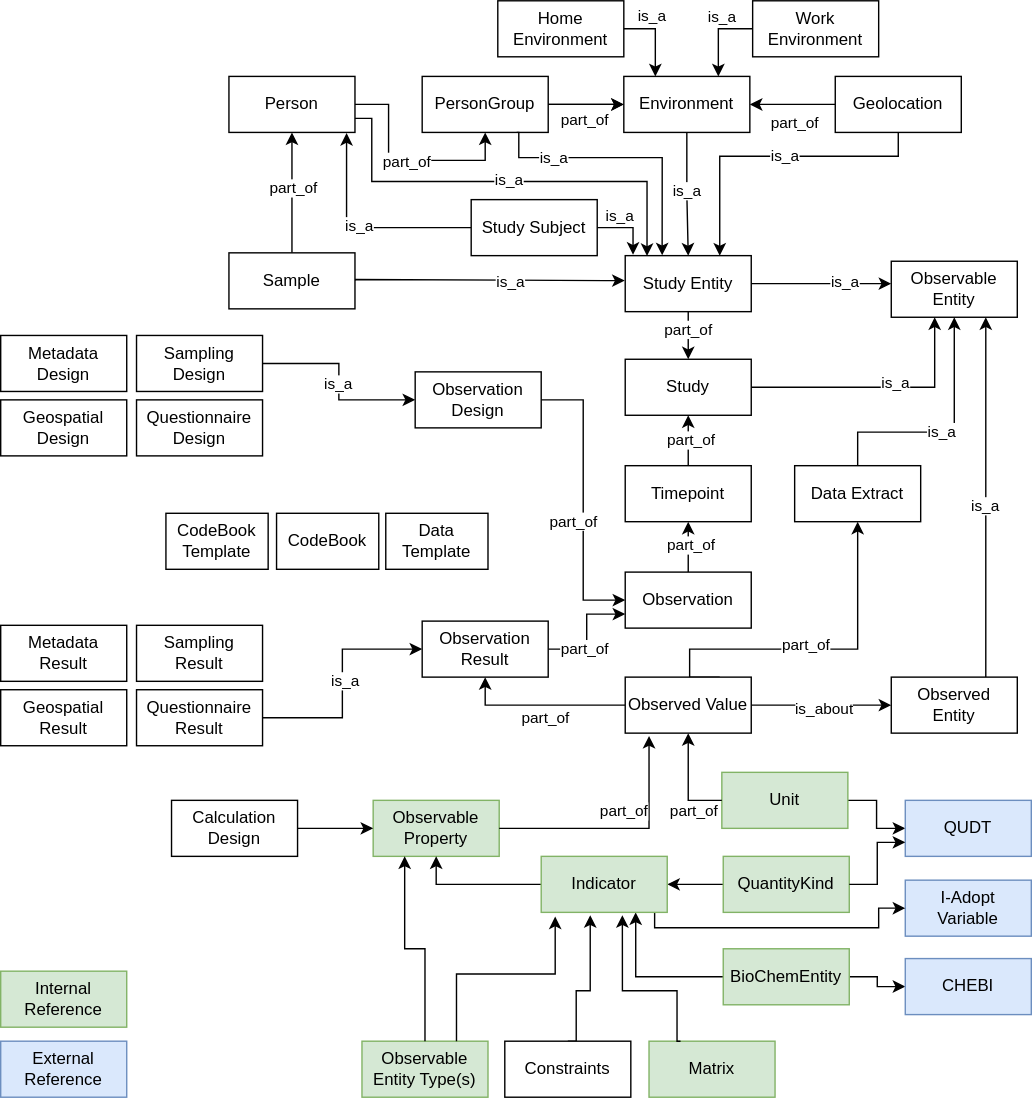
Earlier version of the draw.io export diagrams/PEH Entities Overview.svg (GertjanBisschop/parco-hbm). Source tidied: cells renumbered, new cells last; positions are measured from the earlier drawing's top-left corner, leaving out a move shared by most shapes.
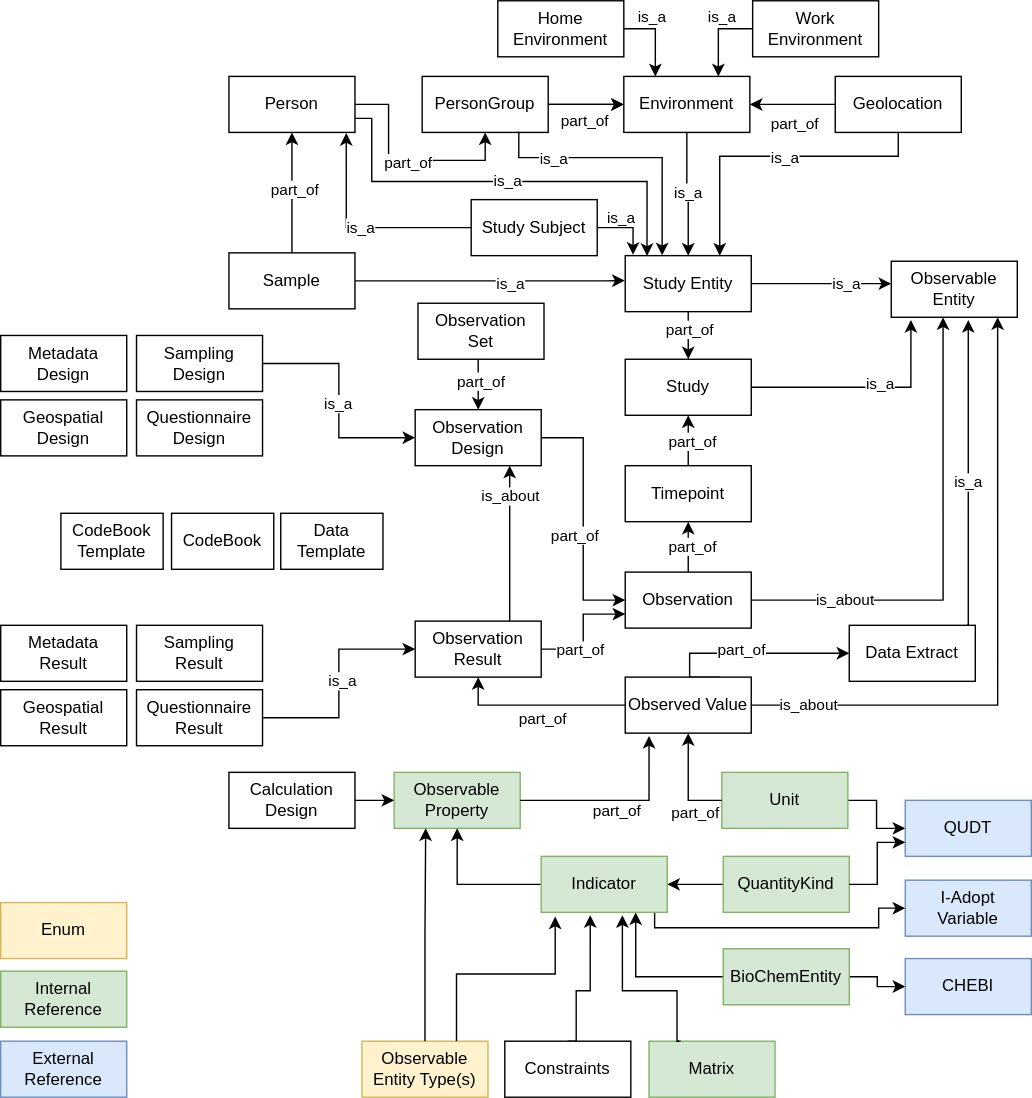
Above is the later version.

Commit message:
Observation design structure update

What changed in the source:
```diff
@@ -3,10 +3,10 @@
     <mxCell id="0" />
     <mxCell id="1" parent="0" />
     <mxCell id="2" value="CodeBook Template" style="rounded=0;whiteSpace=wrap;html=1;" parent="1" vertex="1">
-      <mxGeometry x="118" y="366" width="73" height="40" as="geometry" />
+      <mxGeometry x="43" y="366" width="73" height="40" as="geometry" />
     </mxCell>
     <mxCell id="3" value="CodeBook" style="rounded=0;whiteSpace=wrap;html=1;" parent="1" vertex="1">
-      <mxGeometry x="197" y="366" width="73" height="40" as="geometry" />
+      <mxGeometry x="122" y="366" width="73" height="40" as="geometry" />
     </mxCell>
     <mxCell id="4" value="Study" style="rounded=0;whiteSpace=wrap;html=1;" parent="1" vertex="1">
       <mxGeometry x="446" y="256" width="90" height="40" as="geometry" />
@@ -92,12 +92,11 @@
     <mxCell id="28" value="part_of" style="edgeLabel;html=1;align=center;verticalAlign=middle;" parent="27" vertex="1">
       <mxGeometry x="-0.04" y="2" relative="1" as="geometry" />
     </mxCell>
-    <mxCell id="29" style="edgeStyle=orthogonalEdgeStyle;rounded=0;jettySize=auto;html=1;entryX=0.5;entryY=1;entryDx=0;entryDy=0;exitX=0.75;exitY=0;exitDx=0;exitDy=0;" parent="1" edge="1" source="67" target="74">
+    <mxCell id="29" style="edgeStyle=orthogonalEdgeStyle;rounded=0;jettySize=auto;html=1;entryX=0;entryY=0.5;entryDx=0;entryDy=0;exitX=0.75;exitY=0;exitDx=0;exitDy=0;" parent="1" edge="1" source="67" target="74">
       <mxGeometry relative="1" as="geometry">
         <Array as="points">
           <mxPoint x="492" y="483" />
-          <mxPoint x="492" y="463" />
-          <mxPoint x="612" y="463" />
+          <mxPoint x="492" y="466" />
         </Array>
       </mxGeometry>
     </mxCell>
@@ -114,35 +113,20 @@
       <mxGeometry x="97" y="239" width="90" height="40" as="geometry" />
     </mxCell>
     <mxCell id="34" value="Calculation Design" style="rounded=0;whiteSpace=wrap;html=1;" parent="1" vertex="1">
-      <mxGeometry x="122" y="571" width="90" height="40" as="geometry" />
+      <mxGeometry x="163" y="551" width="90" height="40" as="geometry" />
     </mxCell>
-    <mxCell id="35" style="edgeStyle=orthogonalEdgeStyle;rounded=0;jettySize=auto;html=1;exitX=0;exitY=0.5;exitDx=0;exitDy=0;entryX=1;entryY=0.5;entryDx=0;entryDy=0;startArrow=classic;startFill=1;endArrow=none;endFill=0;" parent="1" edge="1" source="39" target="67">
+    <mxCell id="35" style="edgeStyle=orthogonalEdgeStyle;rounded=0;jettySize=auto;html=1;exitX=0.844;exitY=1;exitDx=0;exitDy=0;entryX=1;entryY=0.5;entryDx=0;entryDy=0;startArrow=classic;startFill=1;endArrow=none;endFill=0;exitPerimeter=0;" parent="1" edge="1" source="58" target="67">
       <mxGeometry relative="1" as="geometry">
         <Array as="points">
-          <mxPoint x="575" y="503" />
-          <mxPoint x="575" y="503" />
+          <mxPoint x="712" y="503" />
         </Array>
       </mxGeometry>
     </mxCell>
     <mxCell id="36" value="is_about" style="edgeLabel;html=1;align=center;verticalAlign=middle;" parent="35" vertex="1">
       <mxGeometry x="-0.03" y="2" relative="1" as="geometry">
-        <mxPoint y="1" as="offset" />
+        <mxPoint x="-137" y="57" as="offset" />
       </mxGeometry>
     </mxCell>
-    <mxCell id="37" style="edgeStyle=orthogonalEdgeStyle;rounded=0;jettySize=auto;html=1;entryX=0.75;entryY=1;entryDx=0;entryDy=0;exitX=0.75;exitY=0;exitDx=0;exitDy=0;" parent="1" edge="1" source="39" target="58">
-      <mxGeometry relative="1" as="geometry">
-        <Array as="points">
-          <mxPoint x="704" y="475" />
-          <mxPoint x="704" y="475" />
-        </Array>
-      </mxGeometry>
-    </mxCell>
-    <mxCell id="38" value="is_a" style="edgeLabel;html=1;align=center;verticalAlign=middle;" parent="37" vertex="1">
-      <mxGeometry x="-0.05" y="1" relative="1" as="geometry" />
-    </mxCell>
-    <mxCell id="39" value="Observed&lt;br&gt;Entity" style="rounded=0;whiteSpace=wrap;html=1;" parent="1" vertex="1">
-      <mxGeometry x="636" y="483" width="90" height="40" as="geometry" />
-    </mxCell>
     <mxCell id="40" style="edgeStyle=orthogonalEdgeStyle;rounded=0;jettySize=auto;html=1;entryX=0;entryY=0.5;entryDx=0;entryDy=0;" parent="1" edge="1" source="42" target="101">
       <mxGeometry relative="1" as="geometry" />
     </mxCell>
@@ -206,25 +190,25 @@
     <mxCell id="56" value="QuantityKind" style="rounded=0;whiteSpace=wrap;html=1;fillColor=#d5e8d4;strokeColor=#82b366;" parent="1" vertex="1">
       <mxGeometry x="516" y="611" width="90" height="40" as="geometry" />
     </mxCell>
-    <mxCell id="57" value="Observable Entity Type(s)" style="rounded=0;whiteSpace=wrap;html=1;fillColor=#d5e8d4;strokeColor=#82b366;" parent="1" vertex="1">
+    <mxCell id="57" value="Observable Entity Type(s)" style="rounded=0;whiteSpace=wrap;html=1;fillColor=#fff2cc;strokeColor=#d6b656;" parent="1" vertex="1">
       <mxGeometry x="258" y="743" width="90" height="40" as="geometry" />
     </mxCell>
     <mxCell id="58" value="Observable Entity" style="rounded=0;whiteSpace=wrap;html=1;" parent="1" vertex="1">
       <mxGeometry x="636" y="186" width="90" height="40" as="geometry" />
     </mxCell>
     <mxCell id="59" value="Observable Property" style="rounded=0;whiteSpace=wrap;html=1;fillColor=#d5e8d4;strokeColor=#82b366;" parent="1" vertex="1">
-      <mxGeometry x="266" y="571" width="90" height="40" as="geometry" />
+      <mxGeometry x="281" y="551" width="90" height="40" as="geometry" />
     </mxCell>
     <mxCell id="60" style="edgeStyle=orthogonalEdgeStyle;rounded=0;jettySize=auto;html=1;entryX=0.189;entryY=1.05;entryDx=0;entryDy=0;exitX=1;exitY=0.5;exitDx=0;exitDy=0;entryPerimeter=0;" parent="1" edge="1" source="59" target="67">
       <mxGeometry relative="1" as="geometry">
         <Array as="points">
-          <mxPoint x="463" y="591" />
+          <mxPoint x="463" y="571" />
         </Array>
       </mxGeometry>
     </mxCell>
     <mxCell id="61" value="part_of" style="edgeLabel;html=1;align=center;verticalAlign=middle;" parent="60" vertex="1">
       <mxGeometry x="0.23" y="-4" relative="1" as="geometry">
-        <mxPoint x="-22" y="-13" as="offset" />
+        <mxPoint x="-17" y="3" as="offset" />
       </mxGeometry>
     </mxCell>
     <mxCell id="62" style="edgeStyle=orthogonalEdgeStyle;rounded=0;jettySize=auto;html=1;entryX=0.5;entryY=1;entryDx=0;entryDy=0;startArrow=none;startFill=0;endArrow=classic;endFill=1;" parent="1" edge="1" source="64" target="59">
@@ -282,7 +266,7 @@
       <mxGeometry x="-0.54" relative="1" as="geometry" />
     </mxCell>
     <mxCell id="74" value="Data Extract" style="rounded=0;whiteSpace=wrap;html=1;" parent="1" vertex="1">
-      <mxGeometry x="567" y="332" width="90" height="40" as="geometry" />
+      <mxGeometry x="606" y="446" width="90" height="40" as="geometry" />
     </mxCell>
     <mxCell id="75" style="edgeStyle=orthogonalEdgeStyle;rounded=0;jettySize=auto;html=1;entryX=0.111;entryY=1.075;entryDx=0;entryDy=0;entryPerimeter=0;exitX=0.75;exitY=0;exitDx=0;exitDy=0;" parent="1" edge="1" source="57" target="64">
       <mxGeometry relative="1" as="geometry">
@@ -351,21 +335,20 @@
     <mxCell id="87" value="is_a" style="edgeLabel;html=1;align=center;verticalAlign=middle;" parent="86" vertex="1">
       <mxGeometry x="0.34" y="1" relative="1" as="geometry" />
     </mxCell>
-    <mxCell id="88" style="edgeStyle=orthogonalEdgeStyle;rounded=0;jettySize=auto;html=1;entryX=0.5;entryY=1;entryDx=0;entryDy=0;" parent="1" edge="1" source="74" target="58">
+    <mxCell id="88" style="edgeStyle=orthogonalEdgeStyle;rounded=0;jettySize=auto;html=1;entryX=0.611;entryY=1.05;entryDx=0;entryDy=0;exitX=0.933;exitY=0;exitDx=0;exitDy=0;exitPerimeter=0;entryPerimeter=0;" parent="1" edge="1" source="74" target="58">
       <mxGeometry relative="1" as="geometry">
         <Array as="points">
-          <mxPoint x="612" y="308" />
-          <mxPoint x="681" y="308" />
+          <mxPoint x="691" y="446" />
         </Array>
       </mxGeometry>
     </mxCell>
     <mxCell id="89" value="is_a" style="edgeLabel;html=1;align=center;verticalAlign=middle;" parent="88" vertex="1">
       <mxGeometry x="-0.05" relative="1" as="geometry" />
     </mxCell>
-    <mxCell id="90" style="edgeStyle=orthogonalEdgeStyle;rounded=0;jettySize=auto;html=1;jumpStyle=arc;exitX=1;exitY=0.5;exitDx=0;exitDy=0;" parent="1" edge="1" source="4" target="58">
+    <mxCell id="90" style="edgeStyle=orthogonalEdgeStyle;rounded=0;jettySize=auto;html=1;jumpStyle=arc;exitX=1;exitY=0.5;exitDx=0;exitDy=0;entryX=0.156;entryY=1.05;entryDx=0;entryDy=0;entryPerimeter=0;" parent="1" edge="1" source="4" target="58">
       <mxGeometry relative="1" as="geometry">
         <Array as="points">
-          <mxPoint x="667" y="276" />
+          <mxPoint x="650" y="276" />
         </Array>
       </mxGeometry>
     </mxCell>
@@ -395,7 +378,7 @@
       </mxGeometry>
     </mxCell>
     <mxCell id="98" value="Observation Design" style="rounded=0;whiteSpace=wrap;html=1;" parent="1" vertex="1">
-      <mxGeometry x="296" y="265" width="90" height="40" as="geometry" />
+      <mxGeometry x="296" y="292" width="90" height="40" as="geometry" />
     </mxCell>
     <mxCell id="99" style="edgeStyle=orthogonalEdgeStyle;rounded=0;jettySize=auto;html=1;entryX=0;entryY=0.75;entryDx=0;entryDy=0;" parent="1" edge="1" source="101" target="31">
       <mxGeometry relative="1" as="geometry" />
@@ -403,8 +386,16 @@
     <mxCell id="100" value="part_of" style="edgeLabel;html=1;align=center;verticalAlign=middle;" parent="99" vertex="1">
       <mxGeometry x="-0.36" relative="1" as="geometry" />
     </mxCell>
+    <mxCell id="116" style="edgeStyle=orthogonalEdgeStyle;rounded=0;jettySize=auto;html=1;exitX=0.75;exitY=0;exitDx=0;exitDy=0;entryX=0.75;entryY=1;entryDx=0;entryDy=0;" parent="1" edge="1" source="101" target="98">
+      <mxGeometry relative="1" as="geometry" />
+    </mxCell>
+    <mxCell id="117" value="is_about" style="edgeLabel;html=1;align=center;verticalAlign=middle;" parent="116" vertex="1">
+      <mxGeometry x="0.06" y="1" relative="1" as="geometry">
+        <mxPoint x="1" y="-31" as="offset" />
+      </mxGeometry>
+    </mxCell>
     <mxCell id="101" value="Observation Result" style="rounded=0;whiteSpace=wrap;html=1;" parent="1" vertex="1">
-      <mxGeometry x="301" y="443" width="90" height="40" as="geometry" />
+      <mxGeometry x="296" y="443" width="90" height="40" as="geometry" />
     </mxCell>
     <mxCell id="102" value="QUDT" style="rounded=0;whiteSpace=wrap;html=1;fillColor=#dae8fc;strokeColor=#6c8ebf;" parent="1" vertex="1">
       <mxGeometry x="646" y="571" width="90" height="40" as="geometry" />
@@ -452,7 +443,25 @@
       <mxGeometry x="-0.06" relative="1" as="geometry" />
     </mxCell>
     <mxCell id="115" value="Data&lt;br&gt;Template" style="rounded=0;whiteSpace=wrap;html=1;" parent="1" vertex="1">
-      <mxGeometry x="275" y="366" width="73" height="40" as="geometry" />
+      <mxGeometry x="200" y="366" width="73" height="40" as="geometry" />
     </mxCell>
+    <mxCell id="118" style="edgeStyle=orthogonalEdgeStyle;rounded=0;jettySize=auto;html=1;entryX=0.411;entryY=1;entryDx=0;entryDy=0;entryPerimeter=0;" parent="1" edge="1" source="31" target="58">
+      <mxGeometry relative="1" as="geometry" />
+    </mxCell>
+    <mxCell id="119" value="is_about" style="edgeLabel;html=1;align=center;verticalAlign=middle;" parent="118" vertex="1">
+      <mxGeometry x="-0.61" y="1" relative="1" as="geometry" />
+    </mxCell>
+    <mxCell id="120" style="edgeStyle=orthogonalEdgeStyle;rounded=0;jettySize=auto;html=1;exitX=0.5;exitY=1;exitDx=0;exitDy=0;entryX=0.5;entryY=0;entryDx=0;entryDy=0;" parent="1" edge="1" source="122" target="98">
+      <mxGeometry relative="1" as="geometry" />
+    </mxCell>
+    <mxCell id="121" value="part_of" style="edgeLabel;html=1;align=center;verticalAlign=middle;" parent="120" vertex="1">
+      <mxGeometry x="-0.08" y="1" relative="1" as="geometry" />
+    </mxCell>
+    <mxCell id="122" value="Observation&lt;br&gt;Set" style="rounded=0;whiteSpace=wrap;html=1;" parent="1" vertex="1">
+      <mxGeometry x="298" y="216" width="90" height="40" as="geometry" />
+    </mxCell>
+    <mxCell id="123" value="Enum" style="rounded=0;whiteSpace=wrap;html=1;fillColor=#fff2cc;strokeColor=#d6b656;" parent="1" vertex="1">
+      <mxGeometry y="644" width="90" height="40" as="geometry" />
+    </mxCell>
   </root>
 </mxGraphModel>
```
